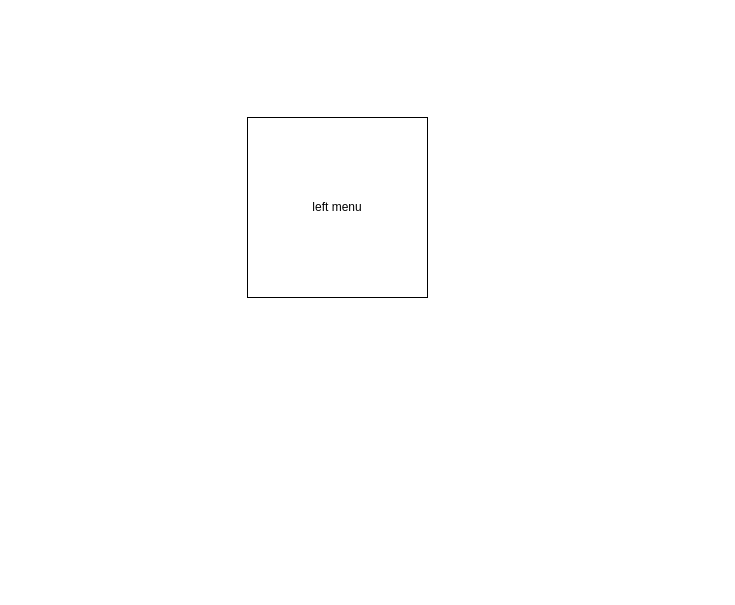
This is page "Homepage" (2 of 2) of customer-management.drawio from coolsharepoint/Test, a draw.io file, before an edit. Source tidied: cells renumbered, new cells numbered last; positions are measured from the earlier drawing's top-left corner, leaving out a move shared by most shapes. Both pictures are drawn from the tidied source at 100%, with x=0, y=0 at pixel (247, 117).
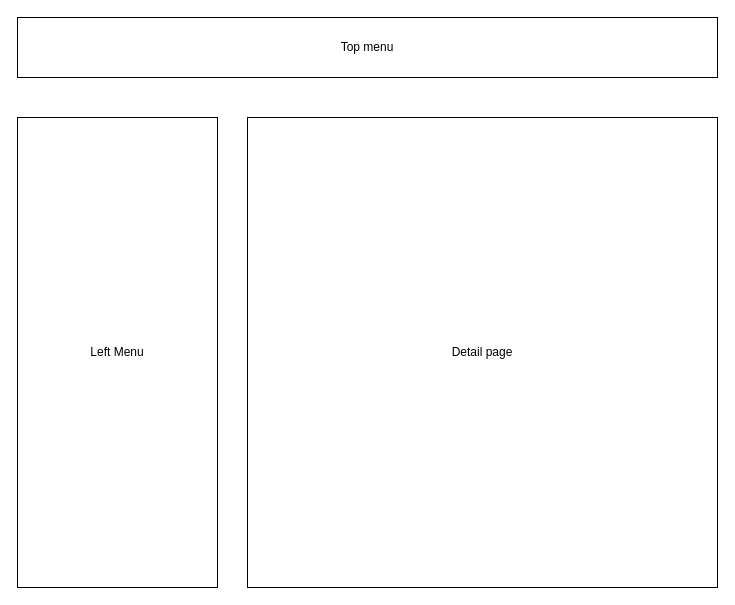
After the change.

Change to the diagram source:
```diff
@@
 <mxGraphModel>
   <root>
     <mxCell id="0" />
     <mxCell id="1" parent="0" />
-    <mxCell id="2" value="left menu" style="whiteSpace=wrap;html=1;" parent="1" vertex="1">
-      <mxGeometry width="180" height="180" as="geometry" />
+    <mxCell id="2" value="Detail page" style="whiteSpace=wrap;html=1;" parent="1" vertex="1">
+      <mxGeometry width="470" height="470" as="geometry" />
     </mxCell>
+    <mxCell id="3" value="Top menu" style="rounded=0;whiteSpace=wrap;html=1;" parent="1" vertex="1">
+      <mxGeometry x="-230" y="-100" width="700" height="60" as="geometry" />
+    </mxCell>
+    <mxCell id="4" value="Left Menu" style="rounded=0;whiteSpace=wrap;html=1;" parent="1" vertex="1">
+      <mxGeometry x="-230" width="200" height="470" as="geometry" />
+    </mxCell>
   </root>
 </mxGraphModel>
```
